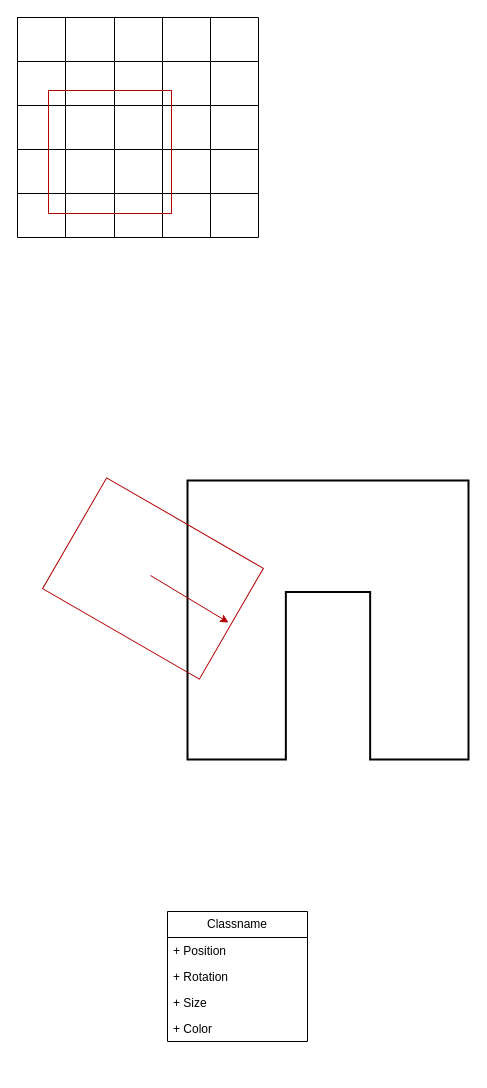
The draw.io diagram 涂鸦乱斗.drawio in uniHk/UniverseofHK.github.io, before the edit. Source tidied: cells renumbered, new cells numbered last; positions are measured from the earlier drawing's top-left corner, leaving out a move shared by most shapes. Both pictures are drawn from the tidied source at 100%, with x=0, y=0 at pixel (17, 17).
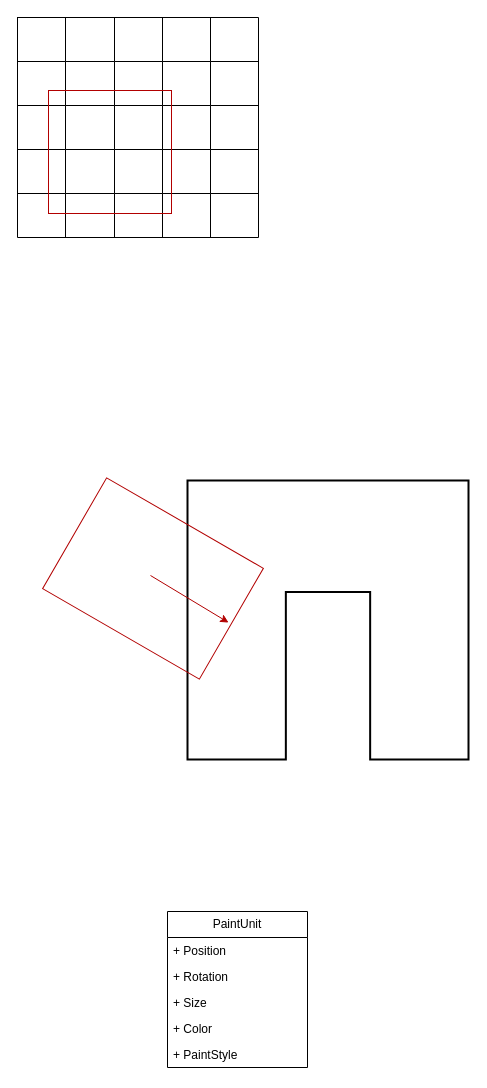
The same page after the edit.

Commit message:
更新涂鸦乱斗.drawio

What changed in the source:
```diff
@@
-    <mxCell id="36" value="Classname" style="swimlane;fontStyle=0;horizontal=1;startSize=26;fillColor=none;whiteSpace=wrap;html=1;" parent="1" vertex="1">
-      <mxGeometry x="150" y="894" width="140" height="130" as="geometry" />
+    <mxCell id="36" value="PaintUnit" style="swimlane;fontStyle=0;horizontal=1;startSize=26;fillColor=none;whiteSpace=wrap;html=1;" parent="1" vertex="1">
+      <mxGeometry x="150" y="894" width="140" height="156" as="geometry" />
     </mxCell>
@@
+    <mxCell id="42" value="+ PaintStyle" style="text;strokeColor=none;fillColor=none;align=left;verticalAlign=top;spacingLeft=4;spacingRight=4;overflow=hidden;whiteSpace=wrap;html=1;" parent="36" vertex="1">
+      <mxGeometry y="130" width="140" height="26" as="geometry" />
+    </mxCell>
```
